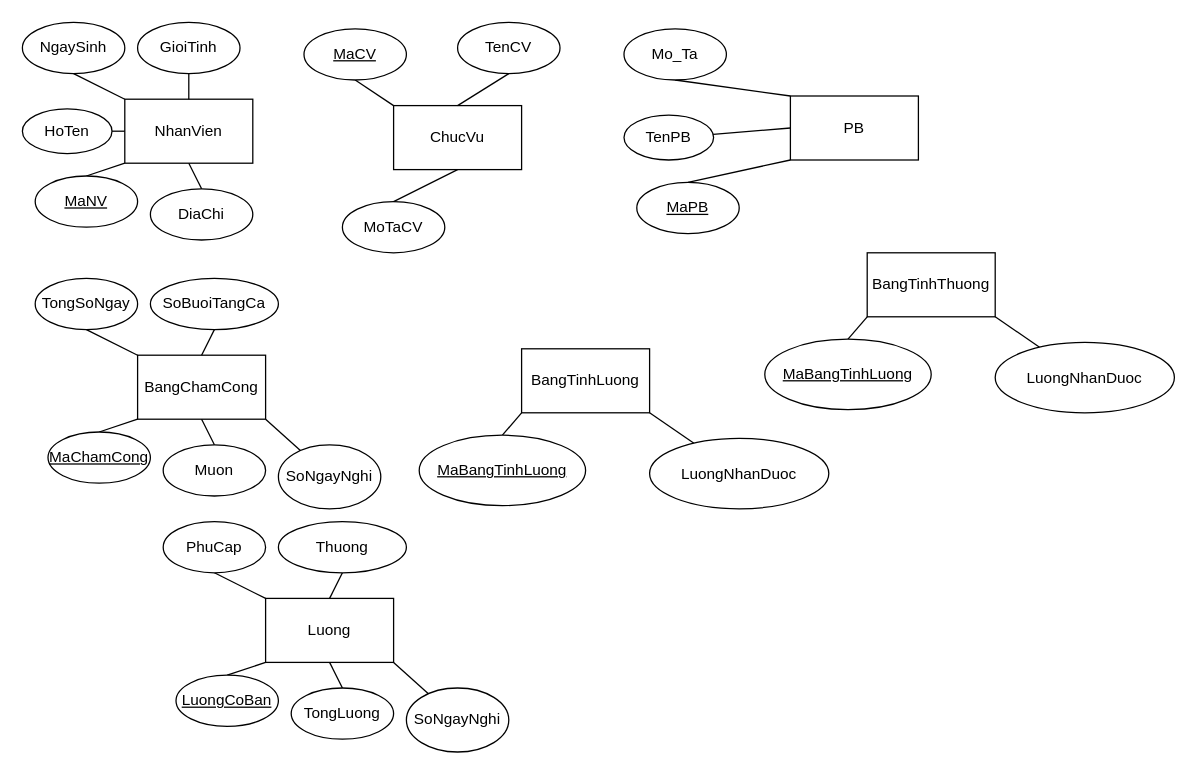
Before: page "Trang-1" (1 of 2) of BÀI TẬP THIẾT KẾ SƠ ĐỒ ER.drawio in hine16/hine16.github.io, a draw.io diagram. Source tidied: cells renumbered, new cells numbered last; positions are measured from the earlier drawing's top-left corner, leaving out a move shared by most shapes. Both pictures are drawn from the tidied source at 128%, with x=0, y=0 at pixel (22, 22).
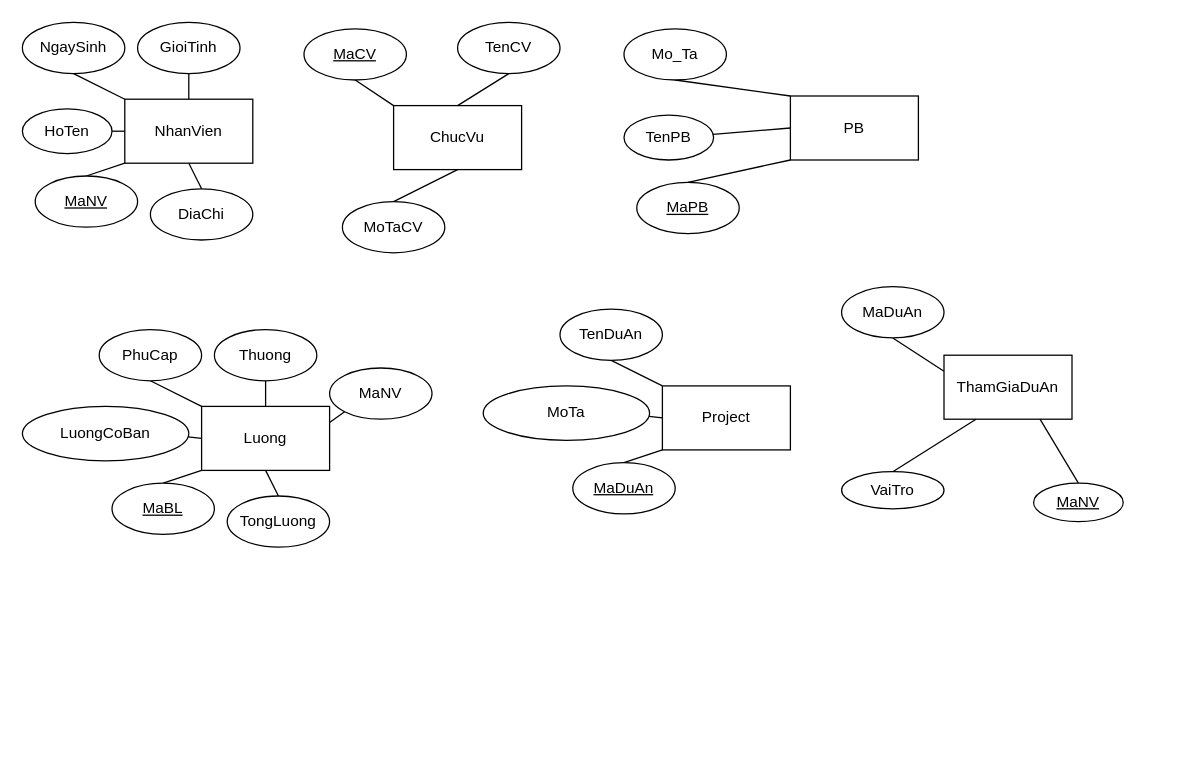
The same page after the edit.

Commit message:
Cập nhật BÀI TẬP THIẾT KẾ SƠ ĐỒ ER.drawio

Change to the diagram source:
```diff
@@
-    <mxCell id="25" value="BangChamCong" style="rounded=0;whiteSpace=wrap;html=1;" parent="1" vertex="1">
-      <mxGeometry x="90" y="260" width="100" height="50" as="geometry" />
-    </mxCell>
-    <mxCell id="26" style="endArrow=none;html=1;rounded=0;entryX=0;entryY=1;entryDx=0;entryDy=0;exitX=0.5;exitY=0;exitDx=0;exitDy=0;" parent="1" edge="1" source="27" target="25">
-      <mxGeometry relative="1" as="geometry" />
-    </mxCell>
-    <mxCell id="27" value="&lt;u&gt;MaChamCong&lt;/u&gt;" style="ellipse;whiteSpace=wrap;html=1;" parent="1" vertex="1">
-      <mxGeometry x="20" y="320" width="80" height="40" as="geometry" />
-    </mxCell>
-    <mxCell id="28" style="endArrow=none;html=1;rounded=0;entryX=0;entryY=0;entryDx=0;entryDy=0;exitX=0.5;exitY=1;exitDx=0;exitDy=0;" parent="1" edge="1" source="29" target="25">
-      <mxGeometry relative="1" as="geometry" />
-    </mxCell>
-    <mxCell id="29" value="TongSoNgay" style="ellipse;whiteSpace=wrap;html=1;" parent="1" vertex="1">
-      <mxGeometry x="10" y="200" width="80" height="40" as="geometry" />
-    </mxCell>
-    <mxCell id="30" style="endArrow=none;html=1;rounded=0;exitX=0.5;exitY=0;exitDx=0;exitDy=0;entryX=0.5;entryY=1;entryDx=0;entryDy=0;" parent="1" edge="1" source="25" target="31">
-      <mxGeometry relative="1" as="geometry" />
-    </mxCell>
-    <mxCell id="31" value="SoBuoiTangCa" style="ellipse;whiteSpace=wrap;html=1;" parent="1" vertex="1">
-      <mxGeometry x="100" y="200" width="100" height="40" as="geometry" />
-    </mxCell>
-    <mxCell id="32" value="Muon" style="ellipse;whiteSpace=wrap;html=1;" parent="1" vertex="1">
-      <mxGeometry x="110" y="330" width="80" height="40" as="geometry" />
-    </mxCell>
-    <mxCell id="33" style="endArrow=none;html=1;rounded=0;entryX=0.5;entryY=1;entryDx=0;entryDy=0;exitX=0.5;exitY=0;exitDx=0;exitDy=0;" parent="1" edge="1" source="32" target="25">
-      <mxGeometry relative="1" as="geometry" />
-    </mxCell>
-    <mxCell id="34" style="endArrow=none;html=1;rounded=0;exitX=1;exitY=1;exitDx=0;exitDy=0;" parent="1" edge="1" source="25" target="35">
-      <mxGeometry relative="1" as="geometry" />
-    </mxCell>
-    <mxCell id="35" value="SoNgayNghi" style="ellipse;whiteSpace=wrap;html=1;" parent="1" vertex="1">
-      <mxGeometry x="200" y="330" width="80" height="50" as="geometry" />
-    </mxCell>
-    <mxCell id="36" value="BangTinhLuong" style="rounded=0;whiteSpace=wrap;html=1;" parent="1" vertex="1">
-      <mxGeometry x="390" y="255" width="100" height="50" as="geometry" />
-    </mxCell>
-    <mxCell id="37" style="endArrow=none;html=1;rounded=0;entryX=0;entryY=1;entryDx=0;entryDy=0;exitX=0.5;exitY=0;exitDx=0;exitDy=0;" parent="1" edge="1" source="38" target="36">
-      <mxGeometry relative="1" as="geometry" />
-    </mxCell>
-    <mxCell id="38" value="&lt;u&gt;MaBangTinhLuong&lt;/u&gt;" style="ellipse;whiteSpace=wrap;html=1;" parent="1" vertex="1">
-      <mxGeometry x="310" y="322.5" width="130" height="55" as="geometry" />
-    </mxCell>
-    <mxCell id="39" style="endArrow=none;html=1;rounded=0;exitX=1;exitY=1;exitDx=0;exitDy=0;" parent="1" edge="1" source="36" target="40">
-      <mxGeometry relative="1" as="geometry" />
-    </mxCell>
-    <mxCell id="40" value="LuongNhanDuoc" style="ellipse;whiteSpace=wrap;html=1;" parent="1" vertex="1">
-      <mxGeometry x="490" y="325" width="140" height="55" as="geometry" />
-    </mxCell>
-    <mxCell id="41" value="BangTinhThuong" style="rounded=0;whiteSpace=wrap;html=1;" parent="1" vertex="1">
-      <mxGeometry x="660" y="180" width="100" height="50" as="geometry" />
-    </mxCell>
-    <mxCell id="42" style="endArrow=none;html=1;rounded=0;entryX=0;entryY=1;entryDx=0;entryDy=0;exitX=0.5;exitY=0;exitDx=0;exitDy=0;" parent="1" edge="1" source="43" target="41">
-      <mxGeometry relative="1" as="geometry" />
-    </mxCell>
-    <mxCell id="43" value="&lt;u&gt;MaBangTinhLuong&lt;/u&gt;" style="ellipse;whiteSpace=wrap;html=1;" parent="1" vertex="1">
-      <mxGeometry x="580" y="247.5" width="130" height="55" as="geometry" />
-    </mxCell>
-    <mxCell id="44" style="endArrow=none;html=1;rounded=0;exitX=1;exitY=1;exitDx=0;exitDy=0;" parent="1" edge="1" source="41" target="45">
-      <mxGeometry relative="1" as="geometry" />
-    </mxCell>
-    <mxCell id="45" value="LuongNhanDuoc" style="ellipse;whiteSpace=wrap;html=1;" parent="1" vertex="1">
-      <mxGeometry x="760" y="250" width="140" height="55" as="geometry" />
-    </mxCell>
@@
     <mxCell id="48" value="Luong" style="rounded=0;whiteSpace=wrap;html=1;" parent="1" vertex="1">
-      <mxGeometry x="190" y="450" width="100" height="50" as="geometry" />
+      <mxGeometry x="140" y="300" width="100" height="50" as="geometry" />
     </mxCell>
-    <mxCell id="49" style="endArrow=none;html=1;rounded=0;entryX=0;entryY=1;entryDx=0;entryDy=0;exitX=0.5;exitY=0;exitDx=0;exitDy=0;" parent="1" edge="1" source="50" target="48">
-      <mxGeometry relative="1" as="geometry" />
-    </mxCell>
+    <mxCell id="59" style="endArrow=none;html=1;rounded=0;entryX=0;entryY=1;entryDx=0;entryDy=0;exitX=0.5;exitY=0;exitDx=0;exitDy=0;" parent="1" edge="1" source="60" target="48">
+      <mxGeometry relative="1" as="geometry" />
+    </mxCell>
+    <mxCell id="60" value="&lt;u&gt;MaBL&lt;/u&gt;" style="ellipse;whiteSpace=wrap;html=1;" parent="1" vertex="1">
+      <mxGeometry x="70" y="360" width="80" height="40" as="geometry" />
+    </mxCell>
+    <mxCell id="61" style="endArrow=none;html=1;rounded=0;exitX=0;exitY=0.5;exitDx=0;exitDy=0;" parent="1" edge="1" source="48" target="50">
+      <mxGeometry relative="1" as="geometry" />
+    </mxCell>
-    <mxCell id="50" value="&lt;u&gt;LuongCoBan&lt;/u&gt;" style="ellipse;whiteSpace=wrap;html=1;" parent="1" vertex="1">
-      <mxGeometry x="120" y="510" width="80" height="40" as="geometry" />
+    <mxCell id="50" value="LuongCoBan" style="ellipse;whiteSpace=wrap;html=1;" parent="1" vertex="1">
+      <mxGeometry y="300" width="130" height="42.5" as="geometry" />
     </mxCell>
@@
     <mxCell id="52" value="PhuCap" style="ellipse;whiteSpace=wrap;html=1;" parent="1" vertex="1">
-      <mxGeometry x="110" y="390" width="80" height="40" as="geometry" />
+      <mxGeometry x="60" y="240" width="80" height="40" as="geometry" />
     </mxCell>
@@
     <mxCell id="54" value="Thuong" style="ellipse;whiteSpace=wrap;html=1;" parent="1" vertex="1">
-      <mxGeometry x="200" y="390" width="100" height="40" as="geometry" />
+      <mxGeometry x="150" y="240" width="80" height="40" as="geometry" />
     </mxCell>
     <mxCell id="55" value="TongLuong" style="ellipse;whiteSpace=wrap;html=1;" parent="1" vertex="1">
-      <mxGeometry x="210" y="520" width="80" height="40" as="geometry" />
+      <mxGeometry x="160" y="370" width="80" height="40" as="geometry" />
     </mxCell>
@@
-    <mxCell id="57" style="endArrow=none;html=1;rounded=0;exitX=1;exitY=1;exitDx=0;exitDy=0;" parent="1" edge="1" source="48" target="58">
-      <mxGeometry relative="1" as="geometry" />
-    </mxCell>
-    <mxCell id="58" value="SoNgayNghi" style="ellipse;whiteSpace=wrap;html=1;" parent="1" vertex="1">
-      <mxGeometry x="300" y="520" width="80" height="50" as="geometry" />
-    </mxCell>
+    <mxCell id="62" value="MaNV" style="ellipse;whiteSpace=wrap;html=1;" parent="1" vertex="1">
+      <mxGeometry x="240" y="270" width="80" height="40" as="geometry" />
+    </mxCell>
+    <mxCell id="63" style="endArrow=none;html=1;rounded=0;exitX=1;exitY=0.25;exitDx=0;exitDy=0;entryX=0;entryY=1;entryDx=0;entryDy=0;" parent="1" edge="1" source="48" target="62">
+      <mxGeometry relative="1" as="geometry" />
+    </mxCell>
+    <mxCell id="64" value="Project" style="rounded=0;whiteSpace=wrap;html=1;" parent="1" vertex="1">
+      <mxGeometry x="500" y="284" width="100" height="50" as="geometry" />
+    </mxCell>
+    <mxCell id="65" style="endArrow=none;html=1;rounded=0;entryX=0;entryY=1;entryDx=0;entryDy=0;exitX=0.5;exitY=0;exitDx=0;exitDy=0;" parent="1" edge="1" source="66" target="64">
+      <mxGeometry relative="1" as="geometry" />
+    </mxCell>
+    <mxCell id="66" value="&lt;u&gt;MaDuAn&lt;/u&gt;" style="ellipse;whiteSpace=wrap;html=1;" parent="1" vertex="1">
+      <mxGeometry x="430" y="344" width="80" height="40" as="geometry" />
+    </mxCell>
+    <mxCell id="67" style="endArrow=none;html=1;rounded=0;exitX=0;exitY=0.5;exitDx=0;exitDy=0;" parent="1" edge="1" source="64" target="68">
+      <mxGeometry relative="1" as="geometry" />
+    </mxCell>
+    <mxCell id="68" value="MoTa" style="ellipse;whiteSpace=wrap;html=1;" parent="1" vertex="1">
+      <mxGeometry x="360" y="284" width="130" height="42.5" as="geometry" />
+    </mxCell>
+    <mxCell id="69" style="endArrow=none;html=1;rounded=0;entryX=0;entryY=0;entryDx=0;entryDy=0;exitX=0.5;exitY=1;exitDx=0;exitDy=0;" parent="1" edge="1" source="70" target="64">
+      <mxGeometry relative="1" as="geometry" />
+    </mxCell>
+    <mxCell id="70" value="TenDuAn" style="ellipse;whiteSpace=wrap;html=1;" parent="1" vertex="1">
+      <mxGeometry x="420" y="224" width="80" height="40" as="geometry" />
+    </mxCell>
+    <mxCell id="71" value="ThamGiaDuAn" style="rounded=0;whiteSpace=wrap;html=1;" parent="1" vertex="1">
+      <mxGeometry x="720" y="260" width="100" height="50" as="geometry" />
+    </mxCell>
+    <mxCell id="72" style="endArrow=none;html=1;rounded=0;entryX=0.25;entryY=1;entryDx=0;entryDy=0;exitX=0.5;exitY=0;exitDx=0;exitDy=0;" parent="1" edge="1" source="76" target="71">
+      <mxGeometry relative="1" as="geometry" />
+    </mxCell>
+    <mxCell id="73" style="endArrow=none;html=1;rounded=0;exitX=0.75;exitY=1;exitDx=0;exitDy=0;entryX=0.5;entryY=0;entryDx=0;entryDy=0;" parent="1" edge="1" source="71" target="77">
+      <mxGeometry relative="1" as="geometry" />
+    </mxCell>
+    <mxCell id="74" style="endArrow=none;html=1;rounded=0;entryX=0;entryY=0.25;entryDx=0;entryDy=0;exitX=0.5;exitY=1;exitDx=0;exitDy=0;" parent="1" edge="1" source="75" target="71">
+      <mxGeometry relative="1" as="geometry" />
+    </mxCell>
+    <mxCell id="75" value="MaDuAn" style="ellipse;whiteSpace=wrap;html=1;" parent="1" vertex="1">
+      <mxGeometry x="640" y="206.5" width="80" height="40" as="geometry" />
+    </mxCell>
+    <mxCell id="76" value="VaiTro" style="ellipse;whiteSpace=wrap;html=1;" parent="1" vertex="1">
+      <mxGeometry x="640" y="351" width="80" height="29" as="geometry" />
+    </mxCell>
+    <mxCell id="77" value="&lt;u&gt;MaNV&lt;/u&gt;" style="ellipse;whiteSpace=wrap;html=1;" parent="1" vertex="1">
+      <mxGeometry x="790" y="360" width="70" height="30" as="geometry" />
+    </mxCell>
```
